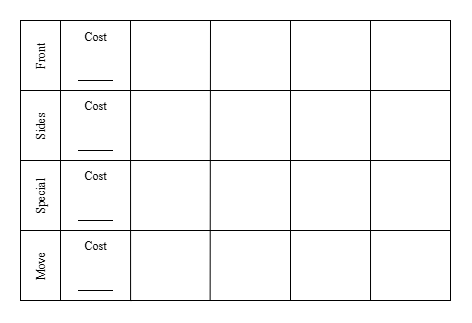
This is Assets/Drone_Sheet.png from trevclaridge/Drone-Drifters, a draw.io export, as it was before one commit. Source tidied: cells renumbered, new cells last; positions are measured from the earlier drawing's top-left corner, leaving out a move shared by most shapes.
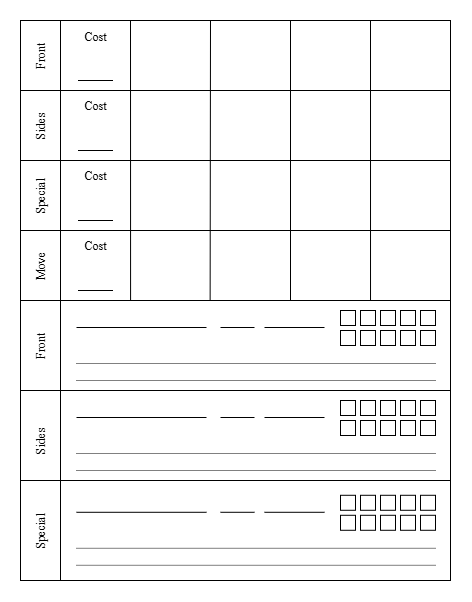
After the commit.

Commit message:
add bottom section to drone sheet

What changed in the source:
```diff
@@ -5,51 +5,51 @@
     <mxCell id="2" style="rounded=0;whiteSpace=wrap;html=1;" parent="1" vertex="1">
       <mxGeometry x="10" width="430" height="280" as="geometry" />
     </mxCell>
-    <mxCell id="3" style="endArrow=none;html=1;rounded=0;exitX=0;exitY=0.25;exitDx=0;exitDy=0;entryX=0;entryY=0.25;entryDx=0;entryDy=0;strokeWidth=1;" parent="1" edge="1">
-      <mxGeometry relative="1" as="geometry">
-        <mxPoint x="10" y="70" as="sourcePoint" />
-        <mxPoint x="440" y="70" as="targetPoint" />
-      </mxGeometry>
-    </mxCell>
-    <mxCell id="4" style="endArrow=none;html=1;rounded=0;exitX=0;exitY=0.25;exitDx=0;exitDy=0;entryX=0;entryY=0.25;entryDx=0;entryDy=0;strokeWidth=1;" parent="1" edge="1">
-      <mxGeometry relative="1" as="geometry">
-        <mxPoint x="10" y="140" as="sourcePoint" />
-        <mxPoint x="440" y="140" as="targetPoint" />
-      </mxGeometry>
-    </mxCell>
-    <mxCell id="5" style="endArrow=none;html=1;rounded=0;exitX=0;exitY=0.25;exitDx=0;exitDy=0;entryX=0;entryY=0.25;entryDx=0;entryDy=0;strokeWidth=1;" parent="1" edge="1">
-      <mxGeometry relative="1" as="geometry">
-        <mxPoint x="10" y="210" as="sourcePoint" />
-        <mxPoint x="440" y="210" as="targetPoint" />
-      </mxGeometry>
-    </mxCell>
-    <mxCell id="6" style="endArrow=none;html=1;rounded=0;entryX=0.25;entryY=0;entryDx=0;entryDy=0;exitX=0.256;exitY=1.002;exitDx=0;exitDy=0;exitPerimeter=0;" parent="1" edge="1" source="2">
-      <mxGeometry relative="1" as="geometry">
-        <mxPoint x="120" as="targetPoint" />
-      </mxGeometry>
-    </mxCell>
-    <mxCell id="7" style="endArrow=none;html=1;rounded=0;entryX=0.25;entryY=0;entryDx=0;entryDy=0;exitX=0.441;exitY=1;exitDx=0;exitDy=0;exitPerimeter=0;" parent="1" edge="1" source="2">
-      <mxGeometry relative="1" as="geometry">
-        <mxPoint x="200" as="targetPoint" />
-      </mxGeometry>
-    </mxCell>
-    <mxCell id="8" style="endArrow=none;html=1;rounded=0;entryX=0.25;entryY=0;entryDx=0;entryDy=0;" parent="1" edge="1">
-      <mxGeometry relative="1" as="geometry">
-        <mxPoint x="280" y="280" as="sourcePoint" />
-        <mxPoint x="280" as="targetPoint" />
-      </mxGeometry>
-    </mxCell>
-    <mxCell id="9" style="endArrow=none;html=1;rounded=0;entryX=0.25;entryY=0;entryDx=0;entryDy=0;exitX=0.814;exitY=0.999;exitDx=0;exitDy=0;exitPerimeter=0;" parent="1" edge="1" source="2">
-      <mxGeometry relative="1" as="geometry">
-        <mxPoint x="360" as="targetPoint" />
-      </mxGeometry>
-    </mxCell>
-    <mxCell id="10" style="endArrow=none;html=1;rounded=0;entryX=0.25;entryY=0;entryDx=0;entryDy=0;" parent="1" edge="1">
-      <mxGeometry relative="1" as="geometry">
-        <mxPoint x="50" y="280" as="sourcePoint" />
-        <mxPoint x="50" as="targetPoint" />
-      </mxGeometry>
-    </mxCell>
+    <mxCell id="23" style="endArrow=none;html=1;rounded=0;exitX=0;exitY=0.25;exitDx=0;exitDy=0;entryX=0;entryY=0.25;entryDx=0;entryDy=0;strokeWidth=1;" parent="1" edge="1">
+      <mxGeometry relative="1" as="geometry">
+        <mxPoint x="10" y="70" as="sourcePoint" />
+        <mxPoint x="440" y="70" as="targetPoint" />
+      </mxGeometry>
+    </mxCell>
+    <mxCell id="24" style="endArrow=none;html=1;rounded=0;exitX=0;exitY=0.25;exitDx=0;exitDy=0;entryX=0;entryY=0.25;entryDx=0;entryDy=0;strokeWidth=1;" parent="1" edge="1">
+      <mxGeometry relative="1" as="geometry">
+        <mxPoint x="10" y="140" as="sourcePoint" />
+        <mxPoint x="440" y="140" as="targetPoint" />
+      </mxGeometry>
+    </mxCell>
+    <mxCell id="25" style="endArrow=none;html=1;rounded=0;exitX=0;exitY=0.25;exitDx=0;exitDy=0;entryX=0;entryY=0.25;entryDx=0;entryDy=0;strokeWidth=1;" parent="1" edge="1">
+      <mxGeometry relative="1" as="geometry">
+        <mxPoint x="10" y="210" as="sourcePoint" />
+        <mxPoint x="440" y="210" as="targetPoint" />
+      </mxGeometry>
+    </mxCell>
+    <mxCell id="26" style="endArrow=none;html=1;rounded=0;entryX=0.25;entryY=0;entryDx=0;entryDy=0;exitX=0.256;exitY=1.002;exitDx=0;exitDy=0;exitPerimeter=0;" parent="1" edge="1" source="2">
+      <mxGeometry relative="1" as="geometry">
+        <mxPoint x="120" as="targetPoint" />
+      </mxGeometry>
+    </mxCell>
+    <mxCell id="27" style="endArrow=none;html=1;rounded=0;entryX=0.25;entryY=0;entryDx=0;entryDy=0;exitX=0.441;exitY=1;exitDx=0;exitDy=0;exitPerimeter=0;" parent="1" edge="1" source="2">
+      <mxGeometry relative="1" as="geometry">
+        <mxPoint x="200" as="targetPoint" />
+      </mxGeometry>
+    </mxCell>
+    <mxCell id="28" style="endArrow=none;html=1;rounded=0;entryX=0.25;entryY=0;entryDx=0;entryDy=0;" parent="1" edge="1">
+      <mxGeometry relative="1" as="geometry">
+        <mxPoint x="280" y="280" as="sourcePoint" />
+        <mxPoint x="280" as="targetPoint" />
+      </mxGeometry>
+    </mxCell>
+    <mxCell id="29" style="endArrow=none;html=1;rounded=0;entryX=0.25;entryY=0;entryDx=0;entryDy=0;exitX=0.814;exitY=0.999;exitDx=0;exitDy=0;exitPerimeter=0;" parent="1" edge="1" source="2">
+      <mxGeometry relative="1" as="geometry">
+        <mxPoint x="360" as="targetPoint" />
+      </mxGeometry>
+    </mxCell>
+    <mxCell id="30" style="endArrow=none;html=1;rounded=0;entryX=0.25;entryY=0;entryDx=0;entryDy=0;" parent="1" edge="1">
+      <mxGeometry relative="1" as="geometry">
+        <mxPoint x="50" y="280" as="sourcePoint" />
+        <mxPoint x="50" as="targetPoint" />
+      </mxGeometry>
+    </mxCell>
     <mxCell id="11" value="&lt;font face=&quot;Garamond&quot;&gt;Cost&lt;/font&gt;" style="text;html=1;align=center;verticalAlign=middle;whiteSpace=wrap;rounded=0;" parent="1" vertex="1">
       <mxGeometry x="55" y="1" width="60" height="30" as="geometry" />
     </mxCell>
@@ -62,30 +62,30 @@
     <mxCell id="14" value="&lt;font face=&quot;Garamond&quot;&gt;Cost&lt;/font&gt;" style="text;html=1;align=center;verticalAlign=middle;whiteSpace=wrap;rounded=0;" parent="1" vertex="1">
       <mxGeometry x="55" y="210" width="60" height="30" as="geometry" />
     </mxCell>
-    <mxCell id="15" style="endArrow=none;html=1;rounded=0;" parent="1" edge="1">
-      <mxGeometry relative="1" as="geometry">
-        <mxPoint x="67.5" y="130" as="sourcePoint" />
-        <mxPoint x="102.5" y="130" as="targetPoint" />
-      </mxGeometry>
-    </mxCell>
-    <mxCell id="16" style="endArrow=none;html=1;rounded=0;" parent="1" edge="1">
-      <mxGeometry relative="1" as="geometry">
-        <mxPoint x="67.5" y="60" as="sourcePoint" />
-        <mxPoint x="102.5" y="60" as="targetPoint" />
-      </mxGeometry>
-    </mxCell>
-    <mxCell id="17" style="endArrow=none;html=1;rounded=0;" parent="1" edge="1">
-      <mxGeometry relative="1" as="geometry">
-        <mxPoint x="67.5" y="200" as="sourcePoint" />
-        <mxPoint x="102.5" y="200" as="targetPoint" />
-      </mxGeometry>
-    </mxCell>
-    <mxCell id="18" style="endArrow=none;html=1;rounded=0;" parent="1" edge="1">
-      <mxGeometry relative="1" as="geometry">
-        <mxPoint x="67.5" y="270" as="sourcePoint" />
-        <mxPoint x="102.5" y="270" as="targetPoint" />
-      </mxGeometry>
-    </mxCell>
+    <mxCell id="31" style="endArrow=none;html=1;rounded=0;" parent="1" edge="1">
+      <mxGeometry relative="1" as="geometry">
+        <mxPoint x="67.5" y="130" as="sourcePoint" />
+        <mxPoint x="102.5" y="130" as="targetPoint" />
+      </mxGeometry>
+    </mxCell>
+    <mxCell id="32" style="endArrow=none;html=1;rounded=0;" parent="1" edge="1">
+      <mxGeometry relative="1" as="geometry">
+        <mxPoint x="67.5" y="60" as="sourcePoint" />
+        <mxPoint x="102.5" y="60" as="targetPoint" />
+      </mxGeometry>
+    </mxCell>
+    <mxCell id="33" style="endArrow=none;html=1;rounded=0;" parent="1" edge="1">
+      <mxGeometry relative="1" as="geometry">
+        <mxPoint x="67.5" y="200" as="sourcePoint" />
+        <mxPoint x="102.5" y="200" as="targetPoint" />
+      </mxGeometry>
+    </mxCell>
+    <mxCell id="34" style="endArrow=none;html=1;rounded=0;" parent="1" edge="1">
+      <mxGeometry relative="1" as="geometry">
+        <mxPoint x="67.5" y="270" as="sourcePoint" />
+        <mxPoint x="102.5" y="270" as="targetPoint" />
+      </mxGeometry>
+    </mxCell>
     <mxCell id="19" value="&lt;font face=&quot;Garamond&quot;&gt;Front&lt;/font&gt;" style="text;html=1;align=center;verticalAlign=middle;whiteSpace=wrap;rounded=0;rotation=-90;" parent="1" vertex="1">
       <mxGeometry y="20" width="60" height="30" as="geometry" />
     </mxCell>
@@ -98,5 +98,215 @@
     <mxCell id="22" value="&lt;font face=&quot;Garamond&quot;&gt;Move&lt;/font&gt;" style="text;html=1;align=center;verticalAlign=middle;whiteSpace=wrap;rounded=0;rotation=-90;" parent="1" vertex="1">
       <mxGeometry y="230" width="60" height="30" as="geometry" />
     </mxCell>
+    <mxCell id="35" style="rounded=0;whiteSpace=wrap;html=1;" parent="1" vertex="1">
+      <mxGeometry x="10" y="280" width="430" height="280" as="geometry" />
+    </mxCell>
+    <mxCell id="36" style="endArrow=none;html=1;rounded=0;exitX=0;exitY=0.25;exitDx=0;exitDy=0;entryX=0;entryY=0.25;entryDx=0;entryDy=0;strokeWidth=1;" parent="1" edge="1">
+      <mxGeometry relative="1" as="geometry">
+        <mxPoint x="10" y="370" as="sourcePoint" />
+        <mxPoint x="440" y="370" as="targetPoint" />
+      </mxGeometry>
+    </mxCell>
+    <mxCell id="37" style="endArrow=none;html=1;rounded=0;exitX=0;exitY=0.25;exitDx=0;exitDy=0;entryX=0;entryY=0.25;entryDx=0;entryDy=0;strokeWidth=1;" parent="1" edge="1">
+      <mxGeometry relative="1" as="geometry">
+        <mxPoint x="10" y="460" as="sourcePoint" />
+        <mxPoint x="440" y="460" as="targetPoint" />
+      </mxGeometry>
+    </mxCell>
+    <mxCell id="38" style="endArrow=none;html=1;rounded=0;entryX=0.25;entryY=0;entryDx=0;entryDy=0;" parent="1" edge="1">
+      <mxGeometry relative="1" as="geometry">
+        <mxPoint x="50" y="560" as="sourcePoint" />
+        <mxPoint x="50" y="280" as="targetPoint" />
+      </mxGeometry>
+    </mxCell>
+    <mxCell id="39" value="&lt;font face=&quot;Garamond&quot;&gt;Front&lt;/font&gt;" style="text;html=1;align=center;verticalAlign=middle;whiteSpace=wrap;rounded=0;rotation=-90;" parent="1" vertex="1">
+      <mxGeometry y="310" width="60" height="30" as="geometry" />
+    </mxCell>
+    <mxCell id="40" value="&lt;font face=&quot;Garamond&quot;&gt;Sides&lt;/font&gt;" style="text;html=1;align=center;verticalAlign=middle;whiteSpace=wrap;rounded=0;rotation=-90;" parent="1" vertex="1">
+      <mxGeometry y="405" width="60" height="30" as="geometry" />
+    </mxCell>
+    <mxCell id="41" value="&lt;font face=&quot;Garamond&quot;&gt;Special&lt;/font&gt;" style="text;html=1;align=center;verticalAlign=middle;whiteSpace=wrap;rounded=0;rotation=-90;" parent="1" vertex="1">
+      <mxGeometry y="495" width="60" height="30" as="geometry" />
+    </mxCell>
+    <mxCell id="42" style="endArrow=none;html=1;rounded=0;" parent="1" edge="1">
+      <mxGeometry relative="1" as="geometry">
+        <mxPoint x="66" y="307" as="sourcePoint" />
+        <mxPoint x="196" y="307" as="targetPoint" />
+      </mxGeometry>
+    </mxCell>
+    <mxCell id="43" style="endArrow=none;html=1;rounded=0;startSize=6;dashed=1;dashPattern=1 1;" parent="1" edge="1">
+      <mxGeometry relative="1" as="geometry">
+        <mxPoint x="66" y="343" as="sourcePoint" />
+        <mxPoint x="425" y="343" as="targetPoint" />
+      </mxGeometry>
+    </mxCell>
+    <mxCell id="44" style="endArrow=none;html=1;rounded=0;startSize=6;dashed=1;dashPattern=1 1;" parent="1" edge="1">
+      <mxGeometry relative="1" as="geometry">
+        <mxPoint x="66" y="360" as="sourcePoint" />
+        <mxPoint x="425" y="360" as="targetPoint" />
+      </mxGeometry>
+    </mxCell>
+    <mxCell id="45" style="endArrow=none;html=1;rounded=0;" parent="1" edge="1">
+      <mxGeometry relative="1" as="geometry">
+        <mxPoint x="210" y="307" as="sourcePoint" />
+        <mxPoint x="244" y="307" as="targetPoint" />
+      </mxGeometry>
+    </mxCell>
+    <mxCell id="46" style="endArrow=none;html=1;rounded=0;" parent="1" edge="1">
+      <mxGeometry relative="1" as="geometry">
+        <mxPoint x="254" y="307" as="sourcePoint" />
+        <mxPoint x="314" y="307" as="targetPoint" />
+      </mxGeometry>
+    </mxCell>
+    <mxCell id="47" style="whiteSpace=wrap;html=1;" parent="1" vertex="1">
+      <mxGeometry x="330" y="290" width="15" height="15" as="geometry" />
+    </mxCell>
+    <mxCell id="48" style="whiteSpace=wrap;html=1;" parent="1" vertex="1">
+      <mxGeometry x="350" y="290" width="15" height="15" as="geometry" />
+    </mxCell>
+    <mxCell id="49" style="whiteSpace=wrap;html=1;" parent="1" vertex="1">
+      <mxGeometry x="370" y="290" width="15" height="15" as="geometry" />
+    </mxCell>
+    <mxCell id="50" style="whiteSpace=wrap;html=1;" parent="1" vertex="1">
+      <mxGeometry x="390" y="290" width="15" height="15" as="geometry" />
+    </mxCell>
+    <mxCell id="51" style="whiteSpace=wrap;html=1;" parent="1" vertex="1">
+      <mxGeometry x="410" y="290" width="15" height="15" as="geometry" />
+    </mxCell>
+    <mxCell id="52" style="whiteSpace=wrap;html=1;" parent="1" vertex="1">
+      <mxGeometry x="330" y="310" width="15" height="15" as="geometry" />
+    </mxCell>
+    <mxCell id="53" style="whiteSpace=wrap;html=1;" parent="1" vertex="1">
+      <mxGeometry x="350" y="310" width="15" height="15" as="geometry" />
+    </mxCell>
+    <mxCell id="54" style="whiteSpace=wrap;html=1;" parent="1" vertex="1">
+      <mxGeometry x="370" y="310" width="15" height="15" as="geometry" />
+    </mxCell>
+    <mxCell id="55" style="whiteSpace=wrap;html=1;" parent="1" vertex="1">
+      <mxGeometry x="390" y="310" width="15" height="15" as="geometry" />
+    </mxCell>
+    <mxCell id="56" style="whiteSpace=wrap;html=1;" parent="1" vertex="1">
+      <mxGeometry x="410" y="310" width="15" height="15" as="geometry" />
+    </mxCell>
+    <mxCell id="57" style="endArrow=none;html=1;rounded=0;" parent="1" edge="1">
+      <mxGeometry relative="1" as="geometry">
+        <mxPoint x="66" y="397" as="sourcePoint" />
+        <mxPoint x="196" y="397" as="targetPoint" />
+      </mxGeometry>
+    </mxCell>
+    <mxCell id="58" style="endArrow=none;html=1;rounded=0;startSize=6;dashed=1;dashPattern=1 1;" parent="1" edge="1">
+      <mxGeometry relative="1" as="geometry">
+        <mxPoint x="66" y="433" as="sourcePoint" />
+        <mxPoint x="425" y="433" as="targetPoint" />
+      </mxGeometry>
+    </mxCell>
+    <mxCell id="59" style="endArrow=none;html=1;rounded=0;startSize=6;dashed=1;dashPattern=1 1;" parent="1" edge="1">
+      <mxGeometry relative="1" as="geometry">
+        <mxPoint x="66" y="450" as="sourcePoint" />
+        <mxPoint x="425" y="450" as="targetPoint" />
+      </mxGeometry>
+    </mxCell>
+    <mxCell id="60" style="endArrow=none;html=1;rounded=0;" parent="1" edge="1">
+      <mxGeometry relative="1" as="geometry">
+        <mxPoint x="210" y="397" as="sourcePoint" />
+        <mxPoint x="244" y="397" as="targetPoint" />
+      </mxGeometry>
+    </mxCell>
+    <mxCell id="61" style="endArrow=none;html=1;rounded=0;" parent="1" edge="1">
+      <mxGeometry relative="1" as="geometry">
+        <mxPoint x="254" y="397" as="sourcePoint" />
+        <mxPoint x="314" y="397" as="targetPoint" />
+      </mxGeometry>
+    </mxCell>
+    <mxCell id="62" style="whiteSpace=wrap;html=1;" parent="1" vertex="1">
+      <mxGeometry x="330" y="380" width="15" height="15" as="geometry" />
+    </mxCell>
+    <mxCell id="63" style="whiteSpace=wrap;html=1;" parent="1" vertex="1">
+      <mxGeometry x="370" y="380" width="15" height="15" as="geometry" />
+    </mxCell>
+    <mxCell id="64" style="whiteSpace=wrap;html=1;" parent="1" vertex="1">
+      <mxGeometry x="390" y="380" width="15" height="15" as="geometry" />
+    </mxCell>
+    <mxCell id="65" style="whiteSpace=wrap;html=1;" parent="1" vertex="1">
+      <mxGeometry x="410" y="380" width="15" height="15" as="geometry" />
+    </mxCell>
+    <mxCell id="66" style="whiteSpace=wrap;html=1;" parent="1" vertex="1">
+      <mxGeometry x="330" y="400" width="15" height="15" as="geometry" />
+    </mxCell>
+    <mxCell id="67" style="whiteSpace=wrap;html=1;" parent="1" vertex="1">
+      <mxGeometry x="350" y="400" width="15" height="15" as="geometry" />
+    </mxCell>
+    <mxCell id="68" style="whiteSpace=wrap;html=1;" parent="1" vertex="1">
+      <mxGeometry x="370" y="400" width="15" height="15" as="geometry" />
+    </mxCell>
+    <mxCell id="69" style="whiteSpace=wrap;html=1;" parent="1" vertex="1">
+      <mxGeometry x="390" y="400" width="15" height="15" as="geometry" />
+    </mxCell>
+    <mxCell id="70" style="whiteSpace=wrap;html=1;" parent="1" vertex="1">
+      <mxGeometry x="410" y="400" width="15" height="15" as="geometry" />
+    </mxCell>
+    <mxCell id="71" style="whiteSpace=wrap;html=1;" parent="1" vertex="1">
+      <mxGeometry x="350" y="380" width="15" height="15" as="geometry" />
+    </mxCell>
+    <mxCell id="72" style="endArrow=none;html=1;rounded=0;" parent="1" edge="1">
+      <mxGeometry relative="1" as="geometry">
+        <mxPoint x="66" y="491.8" as="sourcePoint" />
+        <mxPoint x="196" y="491.8" as="targetPoint" />
+      </mxGeometry>
+    </mxCell>
+    <mxCell id="73" style="endArrow=none;html=1;rounded=0;startSize=6;dashed=1;dashPattern=1 1;" parent="1" edge="1">
+      <mxGeometry relative="1" as="geometry">
+        <mxPoint x="66" y="527.8" as="sourcePoint" />
+        <mxPoint x="425" y="527.8" as="targetPoint" />
+      </mxGeometry>
+    </mxCell>
+    <mxCell id="74" style="endArrow=none;html=1;rounded=0;startSize=6;dashed=1;dashPattern=1 1;" parent="1" edge="1">
+      <mxGeometry relative="1" as="geometry">
+        <mxPoint x="66" y="544.8" as="sourcePoint" />
+        <mxPoint x="425" y="544.8" as="targetPoint" />
+      </mxGeometry>
+    </mxCell>
+    <mxCell id="75" style="endArrow=none;html=1;rounded=0;" parent="1" edge="1">
+      <mxGeometry relative="1" as="geometry">
+        <mxPoint x="210" y="491.8" as="sourcePoint" />
+        <mxPoint x="244" y="491.8" as="targetPoint" />
+      </mxGeometry>
+    </mxCell>
+    <mxCell id="76" style="endArrow=none;html=1;rounded=0;" parent="1" edge="1">
+      <mxGeometry relative="1" as="geometry">
+        <mxPoint x="254" y="491.8" as="sourcePoint" />
+        <mxPoint x="314" y="491.8" as="targetPoint" />
+      </mxGeometry>
+    </mxCell>
+    <mxCell id="77" style="whiteSpace=wrap;html=1;" parent="1" vertex="1">
+      <mxGeometry x="330" y="474.8" width="15" height="15" as="geometry" />
+    </mxCell>
+    <mxCell id="78" style="whiteSpace=wrap;html=1;" parent="1" vertex="1">
+      <mxGeometry x="370" y="474.8" width="15" height="15" as="geometry" />
+    </mxCell>
+    <mxCell id="79" style="whiteSpace=wrap;html=1;" parent="1" vertex="1">
+      <mxGeometry x="390" y="474.8" width="15" height="15" as="geometry" />
+    </mxCell>
+    <mxCell id="80" style="whiteSpace=wrap;html=1;" parent="1" vertex="1">
+      <mxGeometry x="410" y="474.8" width="15" height="15" as="geometry" />
+    </mxCell>
+    <mxCell id="81" style="whiteSpace=wrap;html=1;" parent="1" vertex="1">
+      <mxGeometry x="330" y="494.8" width="15" height="15" as="geometry" />
+    </mxCell>
+    <mxCell id="82" style="whiteSpace=wrap;html=1;" parent="1" vertex="1">
+      <mxGeometry x="350" y="494.8" width="15" height="15" as="geometry" />
+    </mxCell>
+    <mxCell id="83" style="whiteSpace=wrap;html=1;" parent="1" vertex="1">
+      <mxGeometry x="370" y="494.8" width="15" height="15" as="geometry" />
+    </mxCell>
+    <mxCell id="84" style="whiteSpace=wrap;html=1;" parent="1" vertex="1">
+      <mxGeometry x="390" y="494.8" width="15" height="15" as="geometry" />
+    </mxCell>
+    <mxCell id="85" style="whiteSpace=wrap;html=1;" parent="1" vertex="1">
+      <mxGeometry x="410" y="494.8" width="15" height="15" as="geometry" />
+    </mxCell>
+    <mxCell id="86" style="whiteSpace=wrap;html=1;" parent="1" vertex="1">
+      <mxGeometry x="350" y="474.8" width="15" height="15" as="geometry" />
+    </mxCell>
   </root>
 </mxGraphModel>
```
